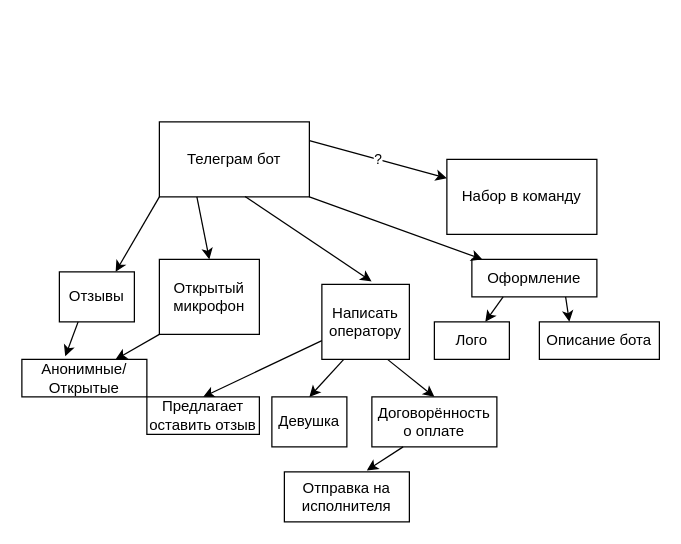
This is Untitled Diagram.drawio from dindin28/async_file, a draw.io file, before an edit. Source tidied: cells renumbered, new cells numbered last; positions are measured from the earlier drawing's top-left corner, leaving out a move shared by most shapes. Both pictures are drawn from the tidied source at 125%, with x=0, y=0 at pixel (21, 121).
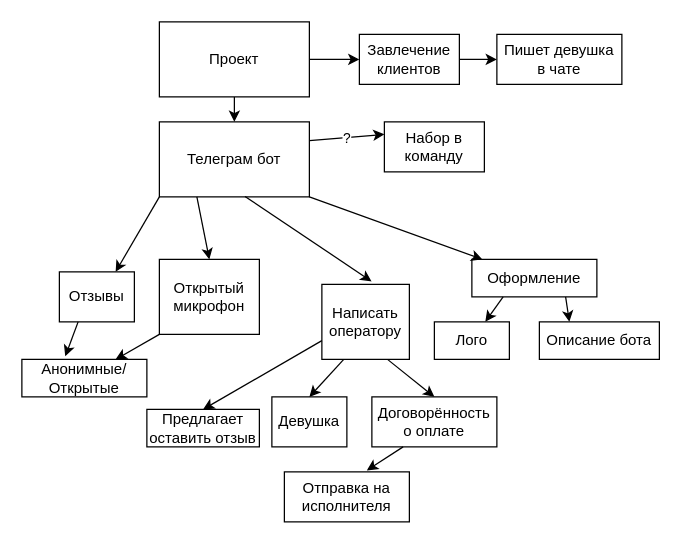
The same diagram, later.

Unchanged cells that the change refers to:
```xml
<mxCell id="2" value="Телеграм бот" style="rounded=0;whiteSpace=wrap;html=1;" parent="1" vertex="1">
  <mxGeometry x="110" width="120" height="60" as="geometry" />
</mxCell>
```

Diff of the diagram source:
```diff
@@
     <mxCell id="16" value="Набор в команду" style="rounded=0;whiteSpace=wrap;html=1;" parent="1" vertex="1">
-      <mxGeometry x="340" y="30" width="120" height="60" as="geometry" />
+      <mxGeometry x="290" width="80" height="40" as="geometry" />
     </mxCell>
@@
     <mxCell id="28" value="Предлагает&lt;br&gt;оставить отзыв" style="rounded=0;whiteSpace=wrap;html=1;" parent="1" vertex="1">
-      <mxGeometry x="100" y="220" width="90" height="30" as="geometry" />
+      <mxGeometry x="100" y="230" width="90" height="30" as="geometry" />
     </mxCell>
+    <mxCell id="29" value="Завлечение&lt;br&gt;клиентов" style="rounded=0;whiteSpace=wrap;html=1;" parent="1" vertex="1">
+      <mxGeometry x="270" y="-70" width="80" height="40" as="geometry" />
+    </mxCell>
+    <mxCell id="30" style="endArrow=classic;html=1;rounded=0;exitX=1;exitY=0.5;exitDx=0;exitDy=0;entryX=0;entryY=0.5;entryDx=0;entryDy=0;" parent="1" edge="1" source="33" target="29">
+      <mxGeometry relative="1" as="geometry" />
+    </mxCell>
+    <mxCell id="31" value="&lt;div&gt;Пишет девушка&lt;/div&gt;&lt;div&gt;в чате&lt;/div&gt;" style="rounded=0;whiteSpace=wrap;html=1;" parent="1" vertex="1">
+      <mxGeometry x="380" y="-70" width="100" height="40" as="geometry" />
+    </mxCell>
+    <mxCell id="32" style="endArrow=classic;html=1;rounded=0;exitX=1;exitY=0.5;exitDx=0;exitDy=0;entryX=0;entryY=0.5;entryDx=0;entryDy=0;" parent="1" edge="1" source="29" target="31">
+      <mxGeometry relative="1" as="geometry" />
+    </mxCell>
+    <mxCell id="33" value="&lt;div&gt;Проект&lt;/div&gt;" style="rounded=0;whiteSpace=wrap;html=1;" parent="1" vertex="1">
+      <mxGeometry x="110" y="-80" width="120" height="60" as="geometry" />
+    </mxCell>
+    <mxCell id="34" style="endArrow=classic;html=1;rounded=0;exitX=0.5;exitY=1;exitDx=0;exitDy=0;entryX=0.5;entryY=0;entryDx=0;entryDy=0;" parent="1" edge="1" source="33" target="2">
+      <mxGeometry relative="1" as="geometry" />
+    </mxCell>
```
